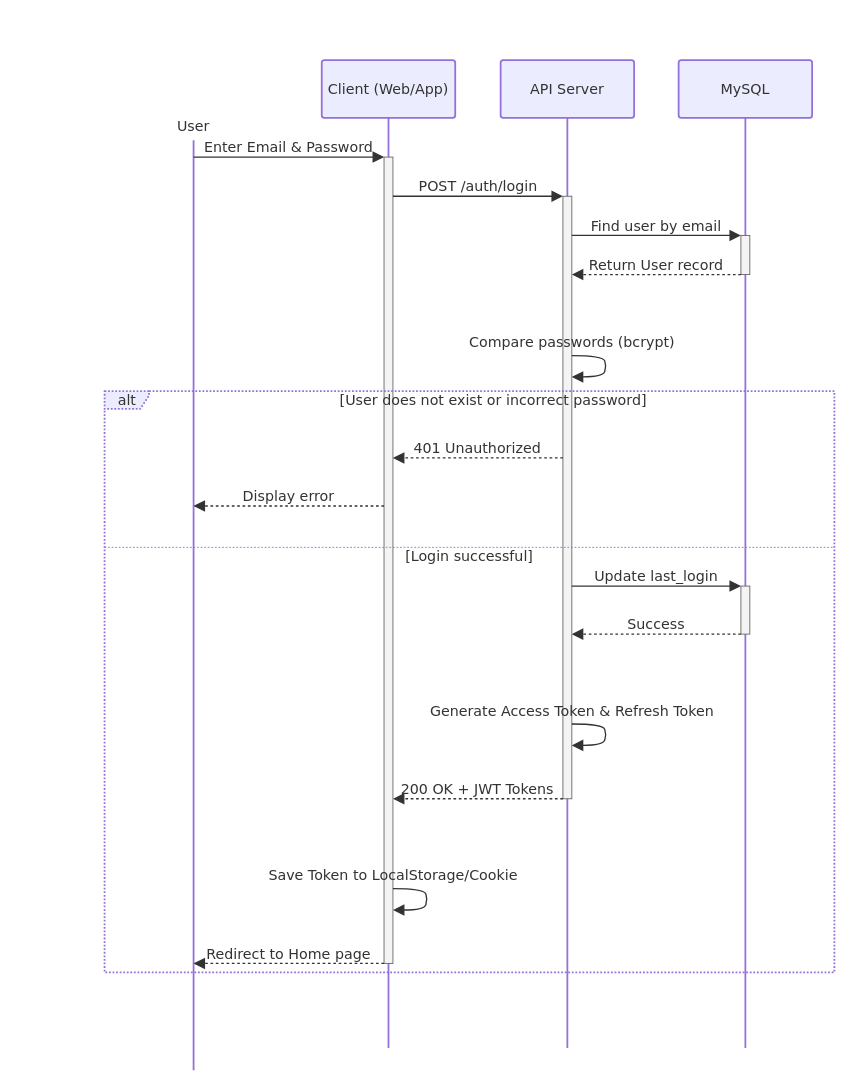
tdat-dev/Zoldify_Backend keeps this draw.io diagram as page "Login" (1 of 14) of docs/system-design/drawio/Sequence-Diagrams.drawio. Above is the earlier version. Source tidied: cells renumbered, new cells numbered last; positions are measured from the earlier drawing's top-left corner, leaving out a move shared by most shapes. Both pictures are drawn from the tidied source at 89%, with x=0, y=0 at pixel (15, 15).
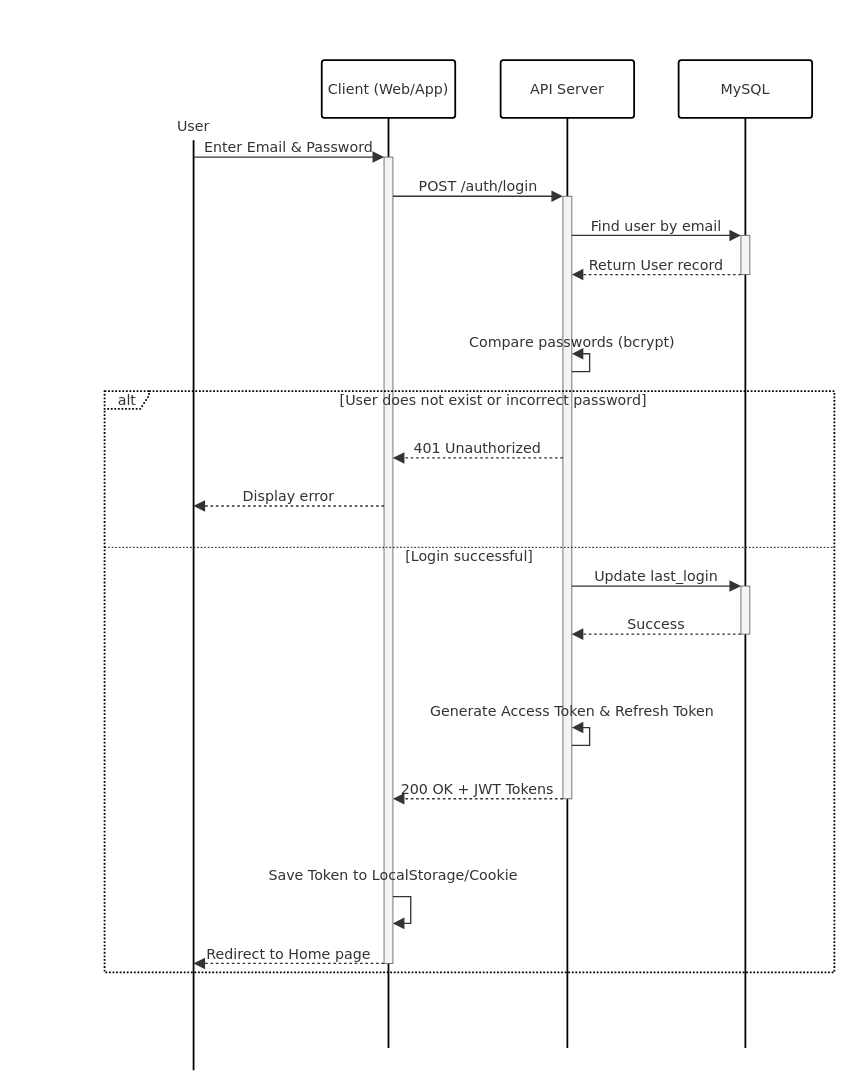
The same page after the edit.

Unchanged cells that the change refers to:
```xml
<mxCell id="2" style="group;transparentBounds=1;editIcon=1;lockedGroup=0;groupPadding=10;" parent="1" vertex="1">
  <mxGeometry as="geometry" />
</mxCell>
<mxCell id="5" style="html=1;points=[];perimeter=orthogonalPerimeter;outlineConnect=0;targetShapes=umlLifeline;portConstraint=eastwest;newEdgeStyle={&quot;edgeStyle&quot;:&quot;elbowEdgeStyle&quot;,&quot;elbow&quot;:&quot;vertical&quot;,&quot;curved&quot;:0,&quot;rounded&quot;:0};fillColor=light-dark(#f4f4f4,#2a2a2a);strokeColor=light-dark(#666666,#cccccc);fontColor=light-dark(#333333,#cccccc);fontFamily=Trebuchet MS,Verdana,Arial,sans-serif;fontSize=16;" parent="4" vertex="1">
  <mxGeometry x="70" y="109" width="10" height="906" as="geometry" />
</mxCell>
<mxCell id="8" style="html=1;points=[];perimeter=orthogonalPerimeter;outlineConnect=0;targetShapes=umlLifeline;portConstraint=eastwest;newEdgeStyle={&quot;edgeStyle&quot;:&quot;elbowEdgeStyle&quot;,&quot;elbow&quot;:&quot;vertical&quot;,&quot;curved&quot;:0,&quot;rounded&quot;:0};fillColor=light-dark(#f4f4f4,#2a2a2a);strokeColor=light-dark(#666666,#cccccc);fontColor=light-dark(#333333,#cccccc);fontFamily=Trebuchet MS,Verdana,Arial,sans-serif;fontSize=16;" parent="7" vertex="1">
  <mxGeometry x="70" y="153" width="10" height="677" as="geometry" />
</mxCell>
```

Diff of the diagram source:
```diff
@@
-    <mxCell id="3" value="User" style="html=1;shape=umlLifeline;perimeter=lifelinePerimeter;whiteSpace=wrap;outlineConnect=0;portConstraint=eastwest;newEdgeStyle={&quot;edgeStyle&quot;:&quot;elbowEdgeStyle&quot;,&quot;elbow&quot;:&quot;vertical&quot;,&quot;curved&quot;:0,&quot;rounded&quot;:0};lifelineDashed=0;strokeWidth=2;rounded=1;absoluteArcSize=1;arcSize=6;lifelineColor=light-dark(#9370DB,#cccccc);participant=seqActorStick;verticalAlign=bottom;align=center;spacingBottom=4;size=90;lifelineMirror=1;fillColor=light-dark(#ECECFF,#1f2020);strokeColor=light-dark(#9370DB,#cccccc);fontColor=light-dark(#333333,#cccccc);fontFamily=Trebuchet MS,Verdana,Arial,sans-serif;fontSize=16;" parent="2" vertex="1">
+    <mxCell id="3" value="User" style="html=1;shape=umlLifeline;perimeter=lifelinePerimeter;whiteSpace=wrap;outlineConnect=0;portConstraint=eastwest;newEdgeStyle={&quot;edgeStyle&quot;:&quot;elbowEdgeStyle&quot;,&quot;elbow&quot;:&quot;vertical&quot;,&quot;curved&quot;:0,&quot;rounded&quot;:0};lifelineDashed=0;strokeWidth=2;rounded=1;absoluteArcSize=1;arcSize=6;lifelineColor=#000000;participant=seqActorStick;verticalAlign=bottom;align=center;spacingBottom=4;size=90;lifelineMirror=1;fillColor=#FFFFFF;strokeColor=#000000;fontColor=light-dark(#333333,#cccccc);fontFamily=Trebuchet MS,Verdana,Arial,sans-serif;fontSize=16;" parent="2" vertex="1">
       <mxGeometry x="125" y="50" width="150" height="1135" as="geometry" />
     </mxCell>
-    <mxCell id="4" value="Client (Web/App)" style="html=1;shape=umlLifeline;perimeter=lifelinePerimeter;whiteSpace=wrap;newEdgeStyle={&quot;edgeStyle&quot;:&quot;elbowEdgeStyle&quot;,&quot;elbow&quot;:&quot;vertical&quot;,&quot;curved&quot;:0,&quot;rounded&quot;:0};lifelineDashed=0;strokeWidth=2;rounded=1;absoluteArcSize=1;arcSize=6;lifelineColor=light-dark(#9370DB,#cccccc);size=65;lifelineMirror=1;fillColor=light-dark(#ECECFF,#1f2020);strokeColor=light-dark(#9370DB,#cccccc);fontColor=light-dark(#333333,#cccccc);fontFamily=Trebuchet MS,Verdana,Arial,sans-serif;fontSize=16;" parent="2" vertex="1">
+    <mxCell id="4" value="Client (Web/App)" style="html=1;shape=umlLifeline;perimeter=lifelinePerimeter;whiteSpace=wrap;newEdgeStyle={&quot;edgeStyle&quot;:&quot;elbowEdgeStyle&quot;,&quot;elbow&quot;:&quot;vertical&quot;,&quot;curved&quot;:0,&quot;rounded&quot;:0};lifelineDashed=0;strokeWidth=2;rounded=1;absoluteArcSize=1;arcSize=6;lifelineColor=#000000;size=65;lifelineMirror=1;fillColor=#FFFFFF;strokeColor=#000000;fontColor=light-dark(#333333,#cccccc);fontFamily=Trebuchet MS,Verdana,Arial,sans-serif;fontSize=16;" parent="2" vertex="1">
       <mxGeometry x="344" y="50" width="150" height="1110" as="geometry" />
     </mxCell>
@@
-    <mxCell id="6" style="edgeStyle=none;curved=1;endArrow=block;endSize=9;verticalAlign=bottom;align=center;fontSize=16;labelBackgroundColor=none;strokeWidth=1.5;strokeColor=light-dark(#333333,#cccccc);fontColor=light-dark(#333333,#cccccc);fontFamily=Trebuchet MS,Verdana,Arial,sans-serif;rounded=0;" parent="4" edge="1" source="5" target="5">
+    <mxCell id="6" style="edgeStyle=orthogonalEdgeStyle;endArrow=block;endSize=9;verticalAlign=bottom;align=center;fontSize=16;labelBackgroundColor=none;strokeWidth=1.5;strokeColor=light-dark(#333333,#cccccc);fontColor=light-dark(#333333,#cccccc);fontFamily=Trebuchet MS,Verdana,Arial,sans-serif;rounded=0;innerLoopWaypoints=1;" parent="4" edge="1" source="5" target="5">
       <mxGeometry relative="1" as="geometry">
         <Array as="points">
-          <mxPoint x="115" y="931" />
-          <mxPoint x="119" y="943" />
-          <mxPoint x="115" y="955" />
+          <mxPoint x="100" y="940" />
+          <mxPoint x="100" y="970" />
         </Array>
       </mxGeometry>
     </mxCell>
-    <mxCell id="7" value="API Server" style="html=1;shape=umlLifeline;perimeter=lifelinePerimeter;whiteSpace=wrap;newEdgeStyle={&quot;edgeStyle&quot;:&quot;elbowEdgeStyle&quot;,&quot;elbow&quot;:&quot;vertical&quot;,&quot;curved&quot;:0,&quot;rounded&quot;:0};lifelineDashed=0;strokeWidth=2;rounded=1;absoluteArcSize=1;arcSize=6;lifelineColor=light-dark(#9370DB,#cccccc);size=65;lifelineMirror=1;fillColor=light-dark(#ECECFF,#1f2020);strokeColor=light-dark(#9370DB,#cccccc);fontColor=light-dark(#333333,#cccccc);fontFamily=Trebuchet MS,Verdana,Arial,sans-serif;fontSize=16;" parent="2" vertex="1">
+    <mxCell id="7" value="API Server" style="html=1;shape=umlLifeline;perimeter=lifelinePerimeter;whiteSpace=wrap;newEdgeStyle={&quot;edgeStyle&quot;:&quot;elbowEdgeStyle&quot;,&quot;elbow&quot;:&quot;vertical&quot;,&quot;curved&quot;:0,&quot;rounded&quot;:0};lifelineDashed=0;strokeWidth=2;rounded=1;absoluteArcSize=1;arcSize=6;lifelineColor=#000000;size=65;lifelineMirror=1;fillColor=#FFFFFF;strokeColor=#000000;fontColor=light-dark(#333333,#cccccc);fontFamily=Trebuchet MS,Verdana,Arial,sans-serif;fontSize=16;" parent="2" vertex="1">
       <mxGeometry x="545" y="50" width="150" height="1110" as="geometry" />
     </mxCell>
@@
-    <mxCell id="9" style="edgeStyle=none;curved=1;endArrow=block;endSize=9;verticalAlign=bottom;align=center;fontSize=16;labelBackgroundColor=none;strokeWidth=1.5;strokeColor=light-dark(#333333,#cccccc);fontColor=light-dark(#333333,#cccccc);fontFamily=Trebuchet MS,Verdana,Arial,sans-serif;rounded=0;" parent="7" edge="1" source="8" target="8">
+    <mxCell id="9" style="edgeStyle=orthogonalEdgeStyle;endArrow=block;endSize=9;verticalAlign=bottom;align=center;fontSize=16;labelBackgroundColor=none;strokeWidth=1.5;strokeColor=light-dark(#333333,#cccccc);fontColor=light-dark(#333333,#cccccc);fontFamily=Trebuchet MS,Verdana,Arial,sans-serif;rounded=0;innerLoopWaypoints=1;" parent="7" edge="1" source="8" target="8">
       <mxGeometry relative="1" as="geometry">
         <Array as="points">
-          <mxPoint x="115" y="332" />
-          <mxPoint x="119" y="344" />
-          <mxPoint x="115" y="356" />
+          <mxPoint x="100" y="350" />
+          <mxPoint x="100" y="330" />
         </Array>
       </mxGeometry>
     </mxCell>
-    <mxCell id="10" style="edgeStyle=none;curved=1;endArrow=block;endSize=9;verticalAlign=bottom;align=center;fontSize=16;labelBackgroundColor=none;strokeWidth=1.5;strokeColor=light-dark(#333333,#cccccc);fontColor=light-dark(#333333,#cccccc);fontFamily=Trebuchet MS,Verdana,Arial,sans-serif;rounded=0;" parent="7" edge="1" source="8" target="8">
+    <mxCell id="10" style="edgeStyle=orthogonalEdgeStyle;endArrow=block;endSize=9;verticalAlign=bottom;align=center;fontSize=16;labelBackgroundColor=none;strokeWidth=1.5;strokeColor=light-dark(#333333,#cccccc);fontColor=light-dark(#333333,#cccccc);fontFamily=Trebuchet MS,Verdana,Arial,sans-serif;rounded=0;innerLoopWaypoints=1;" parent="7" edge="1" source="8" target="8">
       <mxGeometry relative="1" as="geometry">
         <Array as="points">
-          <mxPoint x="115" y="746" />
-          <mxPoint x="119" y="758" />
-          <mxPoint x="115" y="770" />
+          <mxPoint x="100" y="770" />
+          <mxPoint x="100" y="750" />
         </Array>
       </mxGeometry>
     </mxCell>
-    <mxCell id="11" value="MySQL" style="html=1;shape=umlLifeline;perimeter=lifelinePerimeter;whiteSpace=wrap;newEdgeStyle={&quot;edgeStyle&quot;:&quot;elbowEdgeStyle&quot;,&quot;elbow&quot;:&quot;vertical&quot;,&quot;curved&quot;:0,&quot;rounded&quot;:0};lifelineDashed=0;strokeWidth=2;rounded=1;absoluteArcSize=1;arcSize=6;lifelineColor=light-dark(#9370DB,#cccccc);size=65;lifelineMirror=1;fillColor=light-dark(#ECECFF,#1f2020);strokeColor=light-dark(#9370DB,#cccccc);fontColor=light-dark(#333333,#cccccc);fontFamily=Trebuchet MS,Verdana,Arial,sans-serif;fontSize=16;" parent="2" vertex="1">
+    <mxCell id="11" value="MySQL" style="html=1;shape=umlLifeline;perimeter=lifelinePerimeter;whiteSpace=wrap;newEdgeStyle={&quot;edgeStyle&quot;:&quot;elbowEdgeStyle&quot;,&quot;elbow&quot;:&quot;vertical&quot;,&quot;curved&quot;:0,&quot;rounded&quot;:0};lifelineDashed=0;strokeWidth=2;rounded=1;absoluteArcSize=1;arcSize=6;lifelineColor=#000000;size=65;lifelineMirror=1;fillColor=#FFFFFF;strokeColor=#000000;fontColor=light-dark(#333333,#cccccc);fontFamily=Trebuchet MS,Verdana,Arial,sans-serif;fontSize=16;" parent="2" vertex="1">
       <mxGeometry x="745" y="50" width="150" height="1110" as="geometry" />
     </mxCell>
@@
-    <mxCell id="14" value="alt" style="html=1;shape=umlFrame;dashed=1;fixDash=1;dashPattern=2 2;strokeWidth=2;fillColor=light-dark(#ECECFF,#1f2020);strokeColor=light-dark(#9370DB,#cccccc);fontSize=16;align=center;verticalAlign=middle;fontFamily=Trebuchet MS,Verdana,Arial,sans-serif;fontColor=light-dark(#333333,#cccccc);height=20;width=50;" parent="2" vertex="1">
+    <mxCell id="14" value="alt" style="html=1;shape=umlFrame;dashed=1;fixDash=1;dashPattern=2 2;strokeWidth=2;fillColor=#FFFFFF;strokeColor=#000000;fontSize=16;align=center;verticalAlign=middle;fontFamily=Trebuchet MS,Verdana,Arial,sans-serif;fontColor=light-dark(#333333,#cccccc);height=20;width=50;" parent="2" vertex="1">
       <mxGeometry x="100" y="422" width="820" height="653" as="geometry" />
     </mxCell>
@@
-    <mxCell id="16" style="shape=line;dashed=1;fixDash=1;dashPattern=2 2;strokeColor=light-dark(#9370DB,#cccccc);" parent="14" vertex="1">
+    <mxCell id="16" style="shape=line;dashed=1;fixDash=1;dashPattern=2 2;strokeColor=#000000;" parent="14" vertex="1">
       <mxGeometry y="175" width="820" height="1" as="geometry" />
     </mxCell>
```
